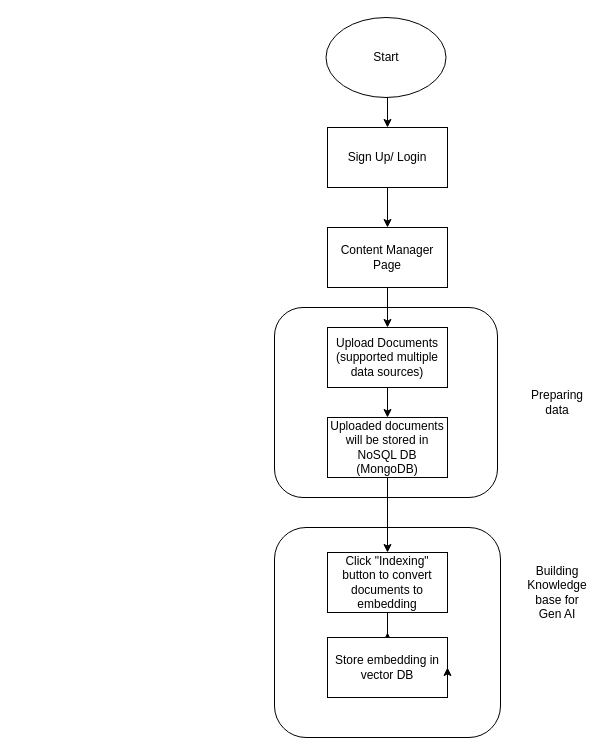
This is high_level.drawio from yuanqinong/tcm_dashboard, a draw.io file, before an edit. Source tidied: cells renumbered, new cells numbered last; positions are measured from the earlier drawing's top-left corner, leaving out a move shared by most shapes. Both pictures are drawn from the tidied source at 100%, with x=0, y=0 at pixel (274, 17).
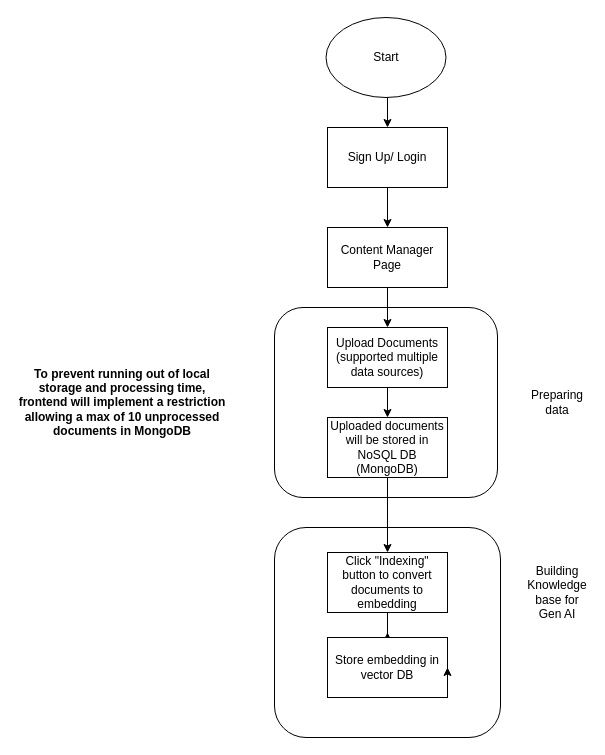
The same page after the edit.

The edit, as a diff of the source:
```diff
@@
+    <mxCell id="20" value="&lt;b&gt;To prevent running out of local storage and processing time, frontend will implement a restriction allowing a max of 10 unprocessed documents in MongoDB&lt;/b&gt;" style="text;html=1;align=center;verticalAlign=middle;whiteSpace=wrap;rounded=0;" parent="1" vertex="1">
+      <mxGeometry x="-257" y="370" width="210" height="30" as="geometry" />
+    </mxCell>
```
